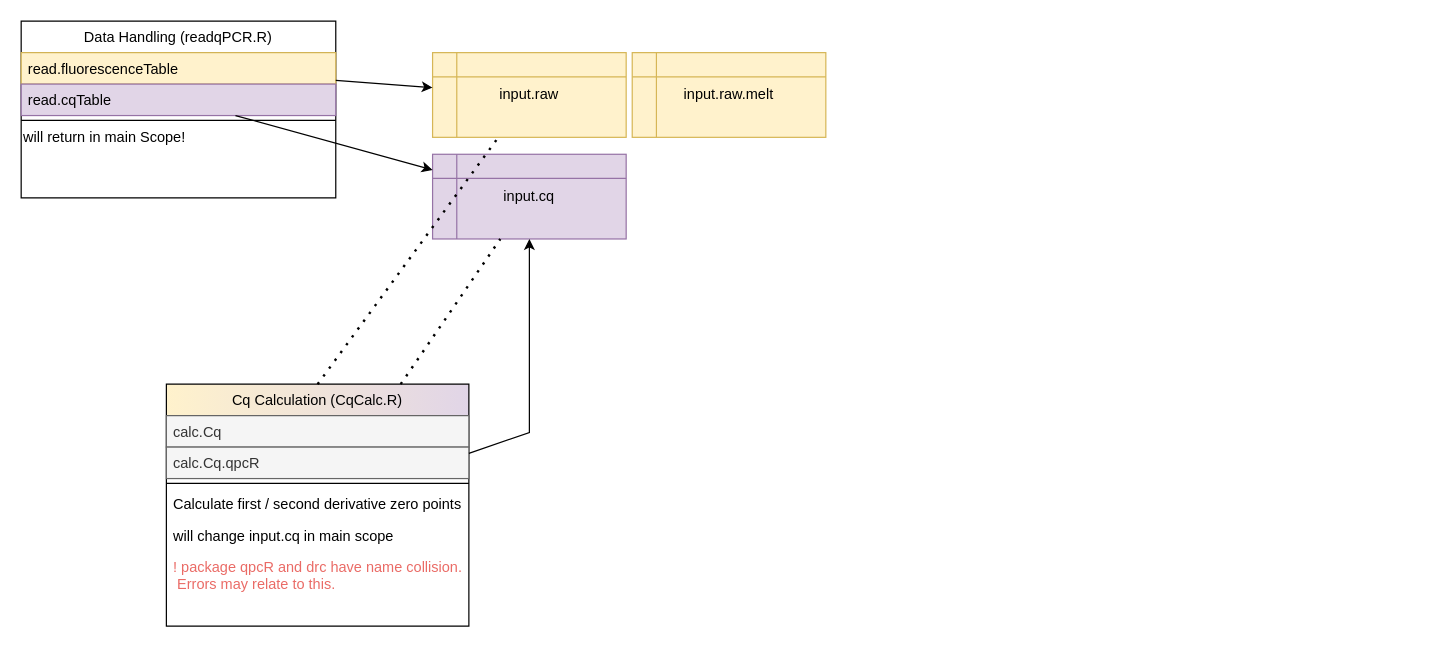
Before: overview.drawio in AGSeifert/DoubleqpcR, a draw.io diagram. Source tidied: cells renumbered, new cells numbered last; positions are measured from the earlier drawing's top-left corner, leaving out a move shared by most shapes. Both pictures are drawn from the tidied source at 121%, with x=0, y=0 at pixel (21, 21).
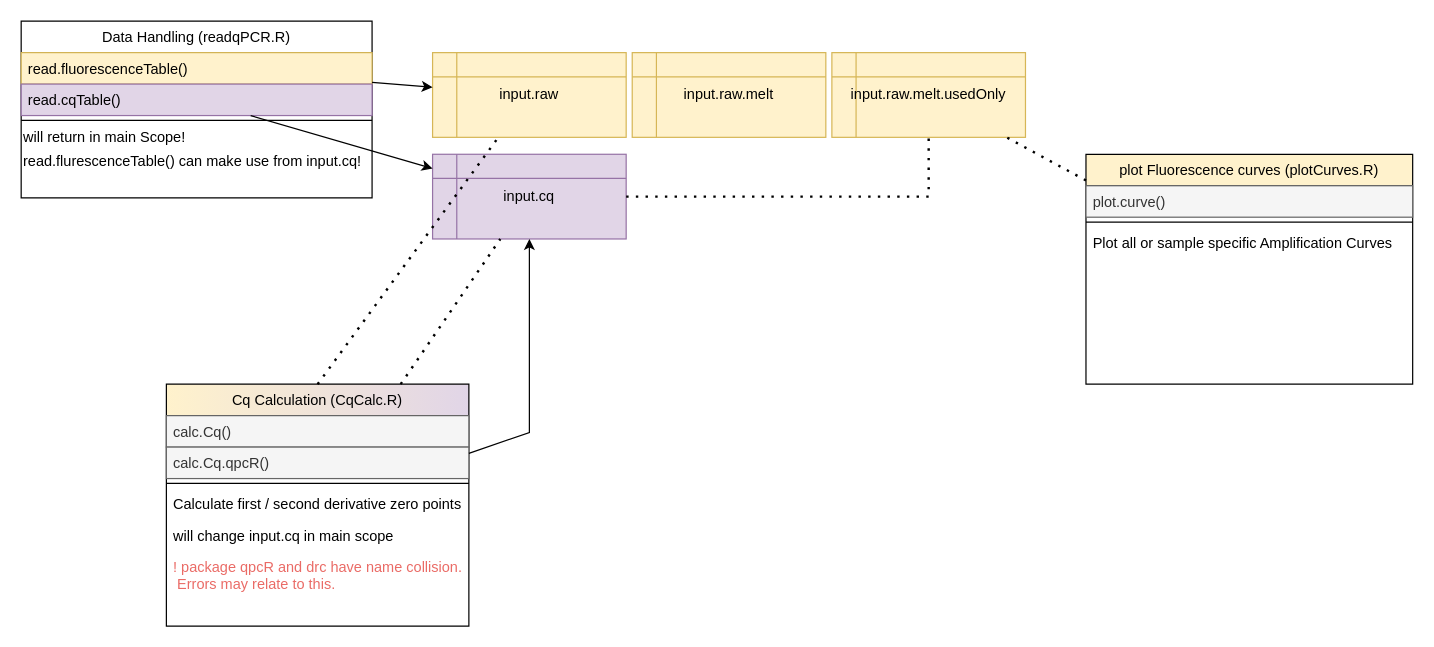
The same page after the edit.

Commit message (it also covers changes not shown here):
qPCR plots and small fixes and documentation

Diff of the diagram source:
```diff
@@
-    <mxCell id="2" value="Data Handling (readqPCR.R)" style="swimlane;fontStyle=0;align=center;verticalAlign=top;horizontal=1;startSize=26;rounded=0;shadow=0;strokeWidth=1;fillColor=default;gradientColor=none;swimlaneFillColor=none;" parent="1" vertex="1">
-      <mxGeometry width="260" height="146" as="geometry" />
+    <mxCell id="2" value="Data Handling (readqPCR.R)" style="swimlane;fontStyle=0;align=center;verticalAlign=top;horizontal=1;startSize=26;rounded=0;shadow=0;strokeWidth=1;fillColor=default;gradientColor=none;swimlaneFillColor=none;sketch=0;" parent="1" vertex="1">
+      <mxGeometry width="290" height="146" as="geometry" />
     </mxCell>
-    <mxCell id="3" value="read.fluorescenceTable" style="text;align=left;verticalAlign=top;spacingLeft=4;spacingRight=4;overflow=hidden;points=[[0,0.5],[1,0.5]];portConstraint=eastwest;fillColor=#fff2cc;strokeColor=#d6b656;" parent="2" vertex="1">
-      <mxGeometry y="26" width="260" height="26" as="geometry" />
+    <mxCell id="3" value="read.fluorescenceTable()" style="text;align=left;verticalAlign=top;spacingLeft=4;spacingRight=4;overflow=hidden;points=[[0,0.5],[1,0.5]];portConstraint=eastwest;fillColor=#fff2cc;strokeColor=#d6b656;sketch=0;" parent="2" vertex="1">
+      <mxGeometry y="26" width="290" height="26" as="geometry" />
     </mxCell>
-    <mxCell id="4" value="read.cqTable" style="text;align=left;verticalAlign=top;spacingLeft=4;spacingRight=4;overflow=hidden;points=[[0,0.5],[1,0.5]];portConstraint=eastwest;rounded=0;shadow=0;html=0;fillColor=#e1d5e7;strokeColor=#9673a6;" parent="2" vertex="1">
-      <mxGeometry y="52" width="260" height="26" as="geometry" />
+    <mxCell id="4" value="read.cqTable()" style="text;align=left;verticalAlign=top;spacingLeft=4;spacingRight=4;overflow=hidden;points=[[0,0.5],[1,0.5]];portConstraint=eastwest;rounded=0;shadow=0;html=0;fillColor=#e1d5e7;strokeColor=#9673a6;sketch=0;" parent="2" vertex="1">
+      <mxGeometry y="52" width="290" height="26" as="geometry" />
     </mxCell>
-    <mxCell id="5" style="line;html=1;strokeWidth=1;align=left;verticalAlign=middle;spacingTop=-1;spacingLeft=3;spacingRight=3;labelPosition=right;" parent="2" vertex="1">
-      <mxGeometry y="78" width="260" height="8" as="geometry" />
+    <mxCell id="5" style="line;html=1;strokeWidth=1;align=left;verticalAlign=middle;spacingTop=-1;spacingLeft=3;spacingRight=3;labelPosition=right;sketch=0;" parent="2" vertex="1">
+      <mxGeometry y="78" width="290" height="8" as="geometry" />
     </mxCell>
-    <mxCell id="6" value="will return in main Scope!" style="text;html=1;align=left;verticalAlign=middle;strokeColor=none;fillColor=none;rounded=0;spacingTop=0;" parent="2" vertex="1">
-      <mxGeometry y="86" width="260" height="20" as="geometry" />
+    <mxCell id="6" value="will return in main Scope!" style="text;html=1;align=left;verticalAlign=middle;strokeColor=none;fillColor=none;rounded=0;spacingTop=0;sketch=0;" parent="2" vertex="1">
+      <mxGeometry y="86" width="290" height="20" as="geometry" />
     </mxCell>
-    <mxCell id="7" style="text;html=1;align=left;verticalAlign=middle;strokeColor=none;fillColor=none;rounded=0;spacingTop=0;" parent="2" vertex="1">
-      <mxGeometry y="106" width="260" height="20" as="geometry" />
+    <mxCell id="7" value="read.flurescenceTable() can make use from input.cq!" style="text;html=1;align=left;verticalAlign=middle;strokeColor=none;fillColor=none;rounded=0;spacingTop=0;sketch=0;" parent="2" vertex="1">
+      <mxGeometry y="106" width="290" height="20" as="geometry" />
     </mxCell>
-    <mxCell id="8" style="text;html=1;align=left;verticalAlign=middle;strokeColor=none;fillColor=none;rounded=0;spacingTop=0;" parent="2" vertex="1">
-      <mxGeometry y="126" width="260" height="20" as="geometry" />
+    <mxCell id="8" style="text;html=1;align=left;verticalAlign=middle;strokeColor=none;fillColor=none;rounded=0;spacingTop=0;sketch=0;" parent="2" vertex="1">
+      <mxGeometry y="126" width="290" height="20" as="geometry" />
     </mxCell>
-    <mxCell id="9" value="Cq Calculation (CqCalc.R)" style="swimlane;fontStyle=0;align=center;verticalAlign=top;horizontal=1;startSize=26;rounded=0;shadow=0;strokeWidth=1;gradientDirection=east;fillColor=#fff2cc;strokeColor=default;gradientColor=#E1D5E7;" parent="1" vertex="1">
+    <mxCell id="9" value="Cq Calculation (CqCalc.R)" style="swimlane;fontStyle=0;align=center;verticalAlign=top;horizontal=1;startSize=26;rounded=0;shadow=0;strokeWidth=1;gradientDirection=east;fillColor=#fff2cc;strokeColor=default;gradientColor=#E1D5E7;sketch=0;" parent="1" vertex="1">
       <mxGeometry x="120" y="300" width="250" height="200" as="geometry" />
     </mxCell>
-    <mxCell id="10" value="calc.Cq" style="text;align=left;verticalAlign=top;spacingLeft=4;spacingRight=4;overflow=hidden;fillColor=#f5f5f5;strokeColor=#666666;fontColor=#333333;" parent="9" vertex="1">
+    <mxCell id="10" value="calc.Cq()    &#10;" style="text;align=left;verticalAlign=top;spacingLeft=4;spacingRight=4;overflow=hidden;fillColor=#f5f5f5;strokeColor=#666666;fontColor=#333333;sketch=0;" parent="9" vertex="1">
       <mxGeometry y="26" width="250" height="26" as="geometry" />
     </mxCell>
-    <mxCell id="11" value="calc.Cq.qpcR" style="text;align=left;verticalAlign=top;spacingLeft=4;spacingRight=4;overflow=hidden;rounded=0;shadow=0;html=0;fillColor=#f5f5f5;fontColor=#333333;strokeColor=#666666;" parent="9" vertex="1">
+    <mxCell id="11" value="calc.Cq.qpcR()" style="text;align=left;verticalAlign=top;spacingLeft=4;spacingRight=4;overflow=hidden;rounded=0;shadow=0;html=0;fillColor=#f5f5f5;fontColor=#333333;strokeColor=#666666;sketch=0;" parent="9" vertex="1">
       <mxGeometry y="52" width="250" height="26" as="geometry" />
     </mxCell>
-    <mxCell id="12" style="line;html=1;strokeWidth=1;align=left;verticalAlign=middle;spacingTop=-1;spacingLeft=3;spacingRight=3;labelPosition=right;" parent="9" vertex="1">
+    <mxCell id="12" style="line;html=1;strokeWidth=1;align=left;verticalAlign=middle;spacingTop=-1;spacingLeft=3;spacingRight=3;labelPosition=right;sketch=0;" parent="9" vertex="1">
       <mxGeometry y="78" width="250" height="8" as="geometry" />
     </mxCell>
-    <mxCell id="13" value="Calculate first / second derivative zero points" style="text;align=left;verticalAlign=top;spacingLeft=4;spacingRight=4;overflow=hidden;fontStyle=0;" parent="9" vertex="1">
+    <mxCell id="13" value="Calculate first / second derivative zero points" style="text;align=left;verticalAlign=top;spacingLeft=4;spacingRight=4;overflow=hidden;fontStyle=0;fillColor=none;sketch=0;" parent="9" vertex="1">
       <mxGeometry y="86" width="250" height="26" as="geometry" />
     </mxCell>
-    <mxCell id="14" value="will change input.cq in main scope    &#10;" style="text;align=left;verticalAlign=top;spacingLeft=4;spacingRight=4;overflow=hidden;fontStyle=0;" parent="9" vertex="1">
+    <mxCell id="14" value="will change input.cq in main scope    &#10;" style="text;align=left;verticalAlign=top;spacingLeft=4;spacingRight=4;overflow=hidden;fontStyle=0;fillColor=none;sketch=0;" parent="9" vertex="1">
       <mxGeometry y="112" width="250" height="26" as="geometry" />
     </mxCell>
-    <mxCell id="15" value="! package qpcR and drc have name collision.&#10; Errors may relate to this. &#10;" style="text;align=left;verticalAlign=top;spacingLeft=4;spacingRight=4;overflow=hidden;fontStyle=0;fillColor=none;strokeColor=none;fontColor=#EA6B66;" parent="9" vertex="1">
+    <mxCell id="15" value="! package qpcR and drc have name collision.&#10; Errors may relate to this. &#10;" style="text;align=left;verticalAlign=top;spacingLeft=4;spacingRight=4;overflow=hidden;fontStyle=0;fillColor=none;strokeColor=none;fontColor=#EA6B66;sketch=0;" parent="9" vertex="1">
       <mxGeometry y="138" width="250" height="52" as="geometry" />
     </mxCell>
-    <mxCell id="16" value="input.raw" style="shape=internalStorage;whiteSpace=wrap;html=1;backgroundOutline=1;fillColor=#fff2cc;strokeColor=#d6b656;" parent="1" vertex="1">
+    <mxCell id="16" value="input.raw" style="shape=internalStorage;whiteSpace=wrap;html=1;backgroundOutline=1;fillColor=#fff2cc;strokeColor=#d6b656;sketch=0;" parent="1" vertex="1">
       <mxGeometry x="340" y="26" width="160" height="70" as="geometry" />
     </mxCell>
-    <mxCell id="17" value="&lt;span style=&quot;font-weight: normal&quot;&gt;input.cq&lt;/span&gt;" style="shape=internalStorage;whiteSpace=wrap;html=1;backgroundOutline=1;fillColor=#e1d5e7;fontStyle=1;strokeColor=#9673a6;" parent="1" vertex="1">
+    <mxCell id="17" value="&lt;span style=&quot;font-weight: normal&quot;&gt;input.cq&lt;/span&gt;" style="shape=internalStorage;whiteSpace=wrap;html=1;backgroundOutline=1;fillColor=#e1d5e7;fontStyle=1;strokeColor=#9673a6;sketch=0;" parent="1" vertex="1">
       <mxGeometry x="340" y="110" width="160" height="70" as="geometry" />
     </mxCell>
-    <mxCell id="18" value="input.raw.melt" style="shape=internalStorage;whiteSpace=wrap;html=1;backgroundOutline=1;fillColor=#fff2cc;strokeColor=#d6b656;" parent="1" vertex="1">
+    <mxCell id="18" value="input.raw.melt" style="shape=internalStorage;whiteSpace=wrap;html=1;backgroundOutline=1;fillColor=#fff2cc;strokeColor=#d6b656;sketch=0;" parent="1" vertex="1">
       <mxGeometry x="505" y="26" width="160" height="70" as="geometry" />
     </mxCell>
-    <mxCell id="19" style="endArrow=classic;html=1;rounded=0;" parent="1" edge="1" source="3" target="16">
+    <mxCell id="19" style="endArrow=classic;html=1;rounded=0;sketch=0;" parent="1" edge="1" source="3" target="16">
       <mxGeometry relative="1" as="geometry" />
     </mxCell>
-    <mxCell id="20" style="endArrow=classic;html=1;rounded=0;" parent="1" edge="1" source="4" target="17">
+    <mxCell id="20" style="endArrow=classic;html=1;rounded=0;sketch=0;" parent="1" edge="1" source="4" target="17">
       <mxGeometry relative="1" as="geometry" />
     </mxCell>
-    <mxCell id="21" style="endArrow=none;dashed=1;html=1;dashPattern=1 3;strokeWidth=2;rounded=0;" parent="1" edge="1" source="9" target="17">
+    <mxCell id="21" style="endArrow=none;dashed=1;html=1;dashPattern=1 3;strokeWidth=2;rounded=0;sketch=0;" parent="1" edge="1" source="9" target="17">
       <mxGeometry relative="1" as="geometry" />
     </mxCell>
-    <mxCell id="22" style="endArrow=none;dashed=1;html=1;dashPattern=1 3;strokeWidth=2;rounded=0;exitX=0.5;exitY=0;exitDx=0;exitDy=0;" parent="1" edge="1" source="9" target="16">
+    <mxCell id="22" style="endArrow=none;dashed=1;html=1;dashPattern=1 3;strokeWidth=2;rounded=0;exitX=0.5;exitY=0;exitDx=0;exitDy=0;sketch=0;" parent="1" edge="1" source="9" target="16">
       <mxGeometry relative="1" as="geometry" />
     </mxCell>
-    <mxCell id="23" style="endArrow=classic;html=1;rounded=0;" parent="1" edge="1" source="9" target="17">
+    <mxCell id="23" style="endArrow=classic;html=1;rounded=0;shadow=0;sketch=0;" parent="1" edge="1" source="9" target="17">
       <mxGeometry relative="1" as="geometry">
         <Array as="points">
           <mxPoint x="420" y="340" />
         </Array>
       </mxGeometry>
     </mxCell>
+    <mxCell id="24" value="input.raw.melt.usedOnly" style="shape=internalStorage;whiteSpace=wrap;html=1;backgroundOutline=1;fillColor=#fff2cc;strokeColor=#d6b656;sketch=0;" parent="1" vertex="1">
+      <mxGeometry x="670" y="26" width="160" height="70" as="geometry" />
+    </mxCell>
+    <mxCell id="25" value="plot Fluorescence curves (plotCurves.R)" style="swimlane;fontStyle=0;align=center;verticalAlign=top;horizontal=1;startSize=26;rounded=0;shadow=0;strokeWidth=1;gradientDirection=east;fillColor=#fff2cc;strokeColor=default;gradientColor=none;glass=0;sketch=0;" parent="1" vertex="1">
+      <mxGeometry x="880" y="110" width="270" height="190" as="geometry" />
+    </mxCell>
+    <mxCell id="26" value="plot.curve()" style="text;align=left;verticalAlign=top;spacingLeft=4;spacingRight=4;overflow=hidden;fillColor=#f5f5f5;strokeColor=#666666;fontColor=#333333;sketch=0;" parent="25" vertex="1">
+      <mxGeometry y="26" width="270" height="26" as="geometry" />
+    </mxCell>
+    <mxCell id="27" style="line;html=1;strokeWidth=1;align=left;verticalAlign=middle;spacingTop=-1;spacingLeft=3;spacingRight=3;labelPosition=right;sketch=0;" parent="25" vertex="1">
+      <mxGeometry y="52" width="270" height="8" as="geometry" />
+    </mxCell>
+    <mxCell id="28" value="Plot all or sample specific Amplification Curves" style="text;align=left;verticalAlign=top;spacingLeft=4;spacingRight=4;overflow=hidden;fontStyle=0;fillColor=none;sketch=0;" parent="25" vertex="1">
+      <mxGeometry y="60" width="270" height="26" as="geometry" />
+    </mxCell>
+    <mxCell id="29" style="endArrow=none;dashed=1;html=1;dashPattern=1 3;strokeWidth=2;rounded=0;sketch=0;" parent="1" edge="1" source="25" target="24">
+      <mxGeometry relative="1" as="geometry" />
+    </mxCell>
+    <mxCell id="30" style="endArrow=none;dashed=1;html=1;dashPattern=1 3;strokeWidth=2;rounded=0;entryX=0.5;entryY=1;entryDx=0;entryDy=0;exitX=1;exitY=0.5;exitDx=0;exitDy=0;sketch=0;" parent="1" edge="1" source="17" target="24">
+      <mxGeometry relative="1" as="geometry">
+        <Array as="points">
+          <mxPoint x="750" y="145" />
+        </Array>
+      </mxGeometry>
+    </mxCell>
```
